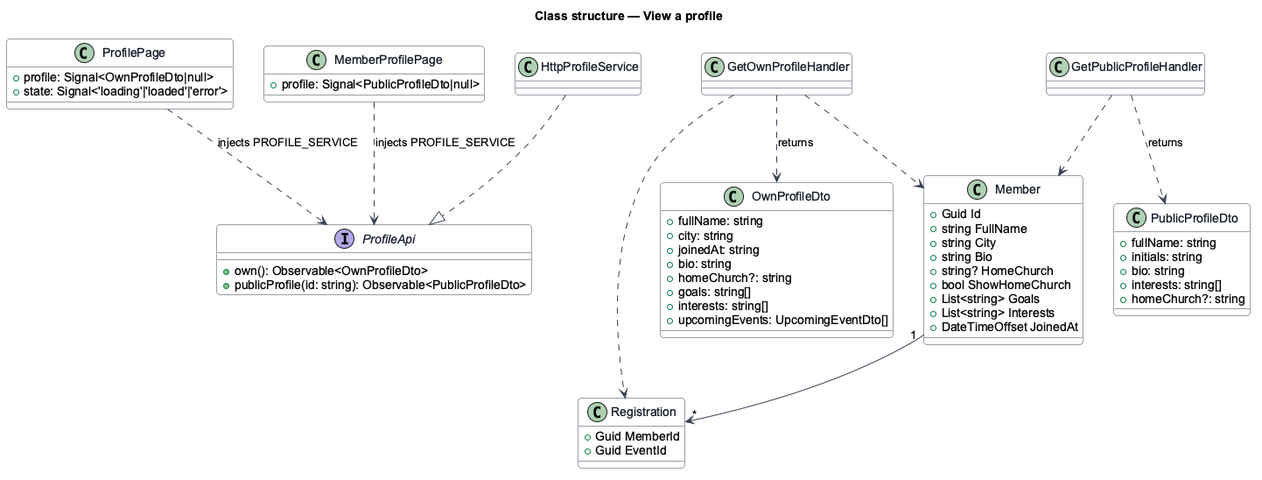
The PlantUML diagram docs/detailed-designs/member-profile/view-profile/diagrams/class-structure.png in QuinntyneBrown/christian-fitness, before a commit.
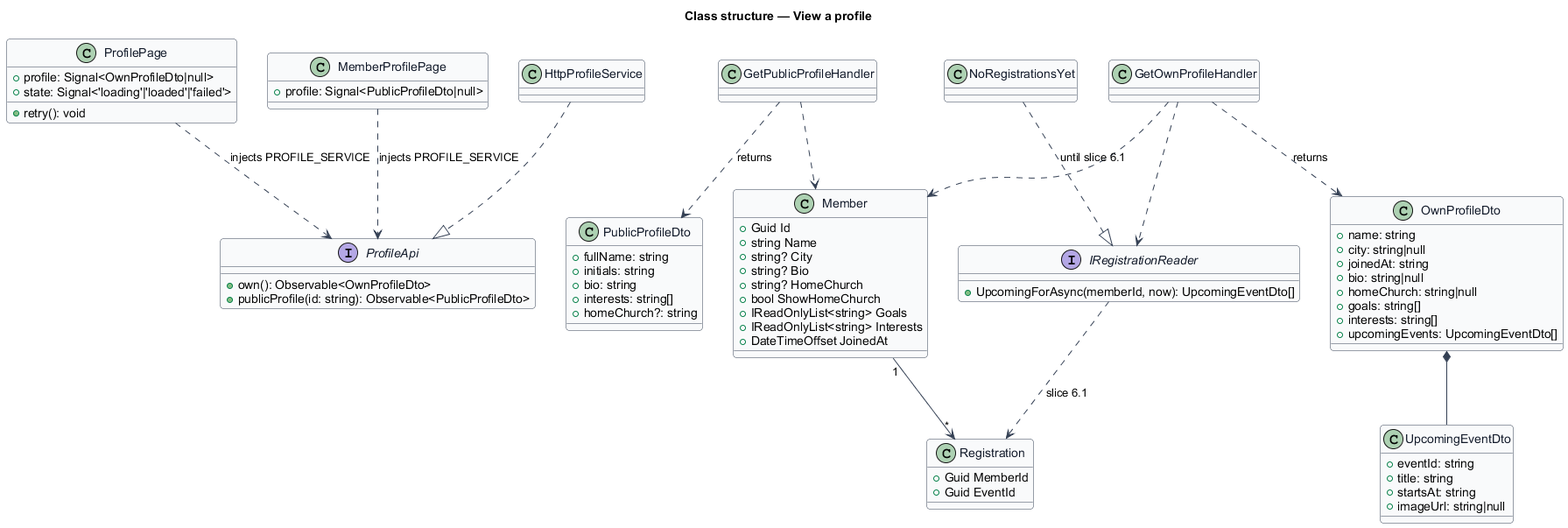
Above is the later version.

Diff of the diagram source:
```diff
@@ -12,7 +12,8 @@
 title Class structure — View a profile
 class ProfilePage {
   +profile: Signal<OwnProfileDto|null>
-  +state: Signal<'loading'|'loaded'|'error'>
+  +state: Signal<'loading'|'loaded'|'failed'>
+  +retry(): void
 }
 class MemberProfilePage {
   +profile: Signal<PublicProfileDto|null>
@@ -23,14 +24,20 @@
 }
 class HttpProfileService
 class OwnProfileDto {
-  +fullName: string
-  +city: string
+  +name: string
+  +city: string|null
   +joinedAt: string
-  +bio: string
-  +homeChurch?: string
+  +bio: string|null
+  +homeChurch: string|null
   +goals: string[]
   +interests: string[]
   +upcomingEvents: UpcomingEventDto[]
+}
+class UpcomingEventDto {
+  +eventId: string
+  +title: string
+  +startsAt: string
+  +imageUrl: string|null
 }
 class PublicProfileDto {
   +fullName: string
@@ -41,15 +48,19 @@
 }
 class GetOwnProfileHandler
 class GetPublicProfileHandler
+interface IRegistrationReader {
+  +UpcomingForAsync(memberId, now): UpcomingEventDto[]
+}
+class NoRegistrationsYet
 class Member {
   +Guid Id
-  +string FullName
-  +string City
-  +string Bio
+  +string Name
+  +string? City
+  +string? Bio
   +string? HomeChurch
   +bool ShowHomeChurch
-  +List<string> Goals
-  +List<string> Interests
+  +IReadOnlyList<string> Goals
+  +IReadOnlyList<string> Interests
   +DateTimeOffset JoinedAt
 }
 class Registration {
@@ -59,8 +70,11 @@
 HttpProfileService ..|> ProfileApi
 ProfilePage ..> ProfileApi : injects PROFILE_SERVICE
 MemberProfilePage ..> ProfileApi : injects PROFILE_SERVICE
+OwnProfileDto *-- UpcomingEventDto
 GetOwnProfileHandler ..> Member
-GetOwnProfileHandler ..> Registration
+GetOwnProfileHandler ..> IRegistrationReader
+NoRegistrationsYet ..|> IRegistrationReader : until slice 6.1
+IRegistrationReader ..> Registration : slice 6.1
 GetOwnProfileHandler ..> OwnProfileDto : returns
 GetPublicProfileHandler ..> Member
 GetPublicProfileHandler ..> PublicProfileDto : returns
```
